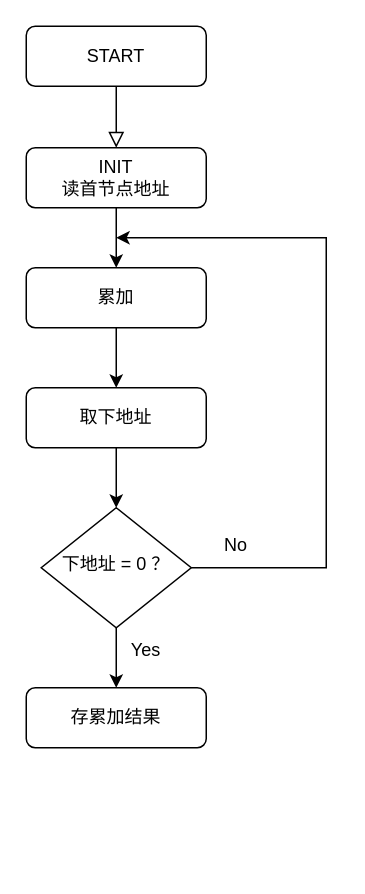
The draw.io diagram toHandOn/二级拓展指令流程图.drawio in ShiaoYoung/Computer_Composition_Experiment, before the edit. Source tidied: cells renumbered, new cells numbered last; positions are measured from the earlier drawing's top-left corner, leaving out a move shared by most shapes. Both pictures are drawn from the tidied source at 150%, with x=0, y=0 at pixel (26, 26).
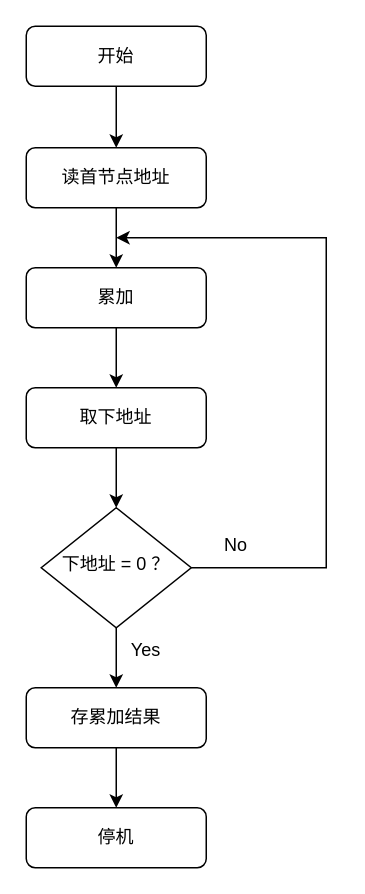
The same page after the edit.

Commit message (it also covers changes not shown here):
更新二级拓展指令流程图.drawio

What changed in the source:
```diff
@@
 <mxGraphModel>
   <root>
     <mxCell id="0" />
     <mxCell id="1" parent="0" />
-    <mxCell id="2" style="edgeStyle=orthogonalEdgeStyle;rounded=0;jettySize=auto;html=1;exitX=0.5;exitY=1;exitDx=0;exitDy=0;entryX=0.5;entryY=0;entryDx=0;entryDy=0;endArrow=block;endFill=0;endSize=8;" parent="1" edge="1" source="3" target="8">
+    <mxCell id="2" style="edgeStyle=orthogonalEdgeStyle;rounded=0;jettySize=auto;html=1;exitX=0.5;exitY=1;exitDx=0;exitDy=0;entryX=0.5;entryY=0;entryDx=0;entryDy=0;" parent="1" edge="1" source="3" target="8">
       <mxGeometry relative="1" as="geometry" />
     </mxCell>
-    <mxCell id="3" value="START" style="rounded=1;whiteSpace=wrap;html=1;fontSize=12;glass=0;strokeWidth=1;shadow=0;" parent="1" vertex="1">
+    <mxCell id="3" value="开始" style="rounded=1;whiteSpace=wrap;html=1;fontSize=12;glass=0;strokeWidth=1;shadow=0;" parent="1" vertex="1">
       <mxGeometry width="120" height="40" as="geometry" />
     </mxCell>
     <mxCell id="4" style="edgeStyle=orthogonalEdgeStyle;rounded=0;jettySize=auto;html=1;exitX=1;exitY=0.5;exitDx=0;exitDy=0;" parent="1" edge="1" source="6">
       <mxGeometry relative="1" as="geometry">
         <mxPoint x="60" y="141" as="targetPoint" />
         <Array as="points">
           <mxPoint x="200" y="361" />
           <mxPoint x="200" y="141" />
         </Array>
       </mxGeometry>
     </mxCell>
     <mxCell id="5" style="edgeStyle=orthogonalEdgeStyle;rounded=0;jettySize=auto;html=1;exitX=0.5;exitY=1;exitDx=0;exitDy=0;entryX=0.5;entryY=0;entryDx=0;entryDy=0;" parent="1" edge="1" source="6" target="14">
       <mxGeometry relative="1" as="geometry" />
     </mxCell>
     <mxCell id="6" value="下地址 = 0 ？" style="rhombus;whiteSpace=wrap;html=1;shadow=0;fontFamily=Helvetica;fontSize=12;align=center;strokeWidth=1;spacing=6;spacingTop=-4;" parent="1" vertex="1">
       <mxGeometry x="10" y="321" width="100" height="80" as="geometry" />
     </mxCell>
     <mxCell id="7" style="edgeStyle=orthogonalEdgeStyle;rounded=0;jettySize=auto;html=1;exitX=0.5;exitY=1;exitDx=0;exitDy=0;entryX=0.5;entryY=0;entryDx=0;entryDy=0;" parent="1" edge="1" source="8" target="10">
       <mxGeometry relative="1" as="geometry" />
     </mxCell>
-    <mxCell id="8" value="INIT&lt;div&gt;读首节点地址&lt;/div&gt;" style="rounded=1;whiteSpace=wrap;html=1;fontSize=12;glass=0;strokeWidth=1;shadow=0;" parent="1" vertex="1">
+    <mxCell id="8" value="&lt;div&gt;&lt;span style=&quot;background-color: initial;&quot;&gt;读首节点地址&lt;/span&gt;&lt;br&gt;&lt;/div&gt;" style="rounded=1;whiteSpace=wrap;html=1;fontSize=12;glass=0;strokeWidth=1;shadow=0;" parent="1" vertex="1">
       <mxGeometry y="81" width="120" height="40" as="geometry" />
     </mxCell>
     <mxCell id="9" style="edgeStyle=orthogonalEdgeStyle;rounded=0;jettySize=auto;html=1;exitX=0.5;exitY=1;exitDx=0;exitDy=0;entryX=0.5;entryY=0;entryDx=0;entryDy=0;" parent="1" edge="1" source="10" target="12">
       <mxGeometry relative="1" as="geometry" />
     </mxCell>
     <mxCell id="10" value="累加" style="rounded=1;whiteSpace=wrap;html=1;fontSize=12;glass=0;strokeWidth=1;shadow=0;" parent="1" vertex="1">
       <mxGeometry y="161" width="120" height="40" as="geometry" />
     </mxCell>
     <mxCell id="11" style="edgeStyle=orthogonalEdgeStyle;rounded=0;jettySize=auto;html=1;exitX=0.5;exitY=1;exitDx=0;exitDy=0;entryX=0.5;entryY=0;entryDx=0;entryDy=0;" parent="1" edge="1" source="12" target="6">
       <mxGeometry relative="1" as="geometry" />
     </mxCell>
     <mxCell id="12" value="取下地址" style="rounded=1;whiteSpace=wrap;html=1;fontSize=12;glass=0;strokeWidth=1;shadow=0;" parent="1" vertex="1">
       <mxGeometry y="241" width="120" height="40" as="geometry" />
     </mxCell>
     <mxCell id="13" value="No" style="text;html=1;align=center;verticalAlign=middle;whiteSpace=wrap;rounded=0;" parent="1" vertex="1">
       <mxGeometry x="110" y="331" width="60" height="30" as="geometry" />
     </mxCell>
+    <mxCell id="16" style="edgeStyle=orthogonalEdgeStyle;rounded=0;jettySize=auto;html=1;exitX=0.5;exitY=1;exitDx=0;exitDy=0;entryX=0.5;entryY=0;entryDx=0;entryDy=0;" parent="1" edge="1" source="14" target="17">
+      <mxGeometry relative="1" as="geometry" />
+    </mxCell>
     <mxCell id="14" value="存累加结果" style="rounded=1;whiteSpace=wrap;html=1;fontSize=12;glass=0;strokeWidth=1;shadow=0;" parent="1" vertex="1">
       <mxGeometry y="441" width="120" height="40" as="geometry" />
     </mxCell>
     <mxCell id="15" value="Yes" style="text;html=1;align=center;verticalAlign=middle;whiteSpace=wrap;rounded=0;" parent="1" vertex="1">
       <mxGeometry x="50" y="401" width="60" height="30" as="geometry" />
     </mxCell>
+    <mxCell id="17" value="停机" style="rounded=1;whiteSpace=wrap;html=1;fontSize=12;glass=0;strokeWidth=1;shadow=0;" parent="1" vertex="1">
+      <mxGeometry y="521" width="120" height="40" as="geometry" />
+    </mxCell>
   </root>
 </mxGraphModel>
```
